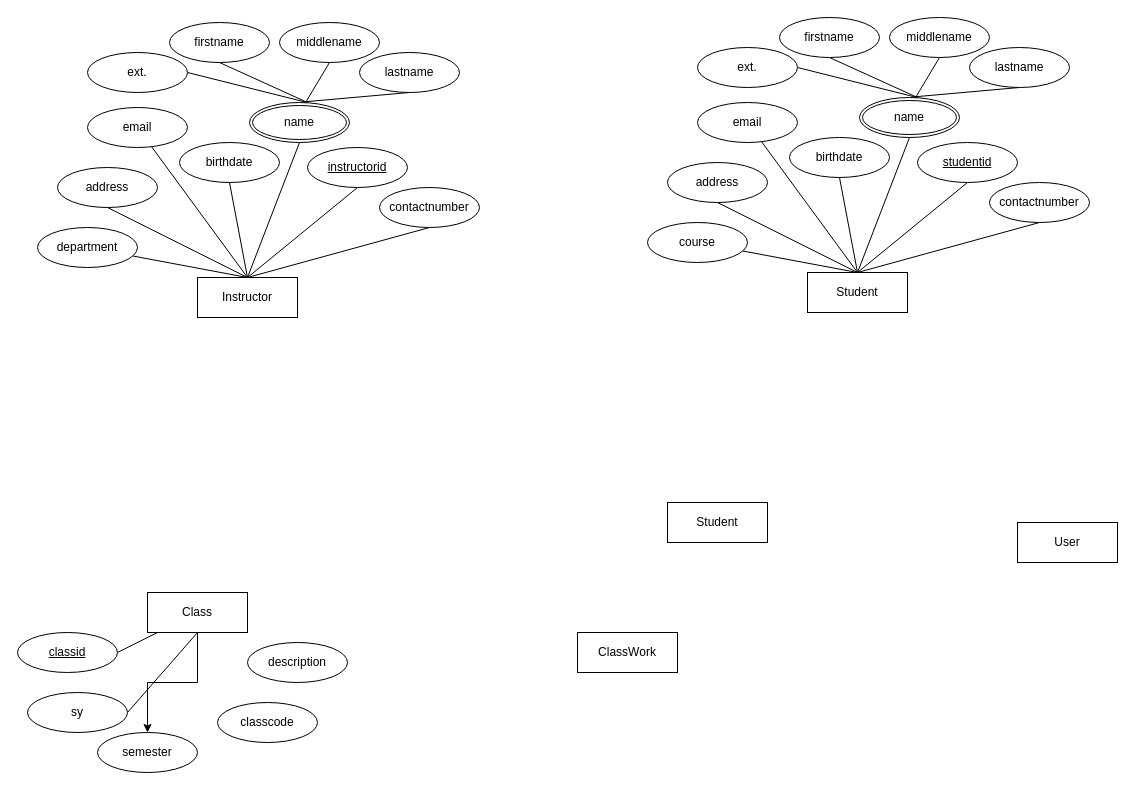
Above: kmcc/lms.drawio in genmancoder/systems-diagrams (draw.io), before the change. Source tidied: cells renumbered, new cells numbered last; positions are measured from the earlier drawing's top-left corner, leaving out a move shared by most shapes. Both pictures are drawn from the tidied source at 100%, with x=0, y=0 at pixel (17, 17).
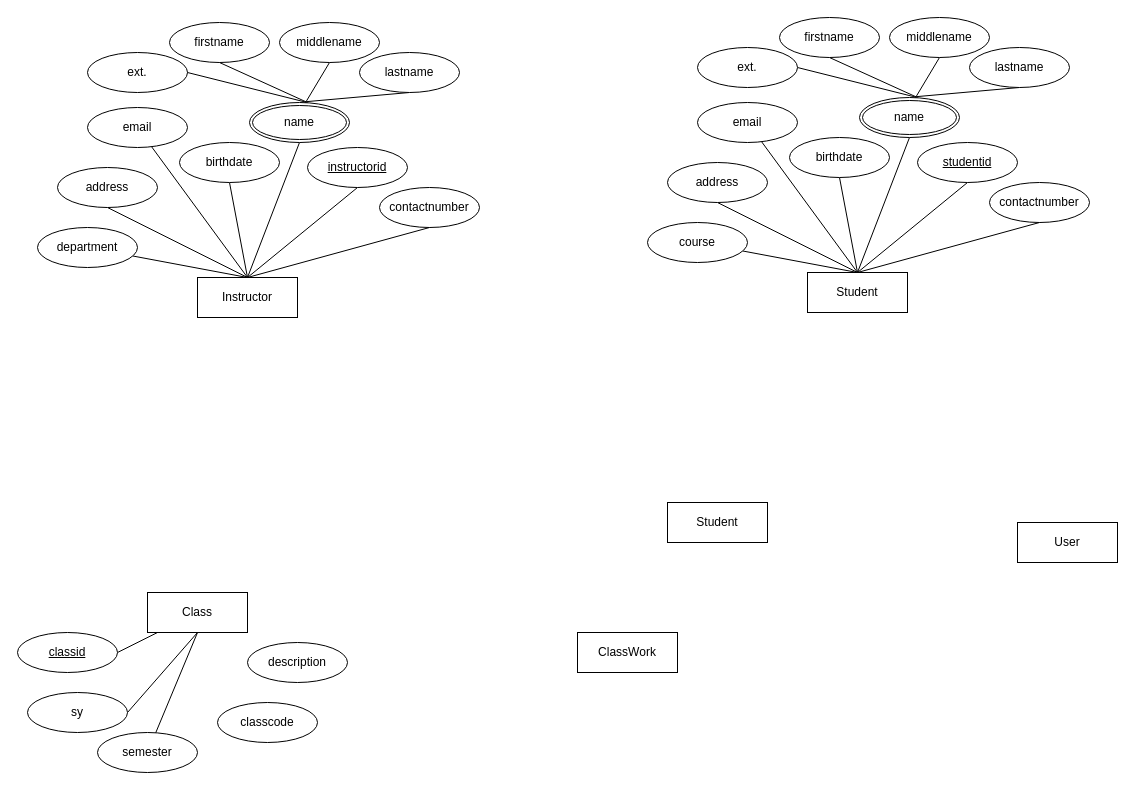
Above is the later version.

Unchanged cells that the change refers to:
```xml
<mxCell id="6" value="Class" style="whiteSpace=wrap;html=1;align=center;" parent="1" vertex="1">
  <mxGeometry x="130" y="575" width="100" height="40" as="geometry" />
</mxCell>
<mxCell id="57" value="semester" style="ellipse;whiteSpace=wrap;html=1;align=center;" parent="1" vertex="1">
  <mxGeometry x="80" y="715" width="100" height="40" as="geometry" />
</mxCell>
```

What changed in the source:
```diff
@@
-    <mxCell id="5" style="edgeStyle=orthogonalEdgeStyle;rounded=0;jettySize=auto;html=1;exitX=0.5;exitY=1;exitDx=0;exitDy=0;" parent="1" edge="1" source="6" target="57">
+    <mxCell id="5" style="rounded=0;jettySize=auto;html=1;exitX=0.5;exitY=1;exitDx=0;exitDy=0;endArrow=none;endFill=0;" parent="1" edge="1" source="6" target="57">
       <mxGeometry relative="1" as="geometry" />
     </mxCell>
```
